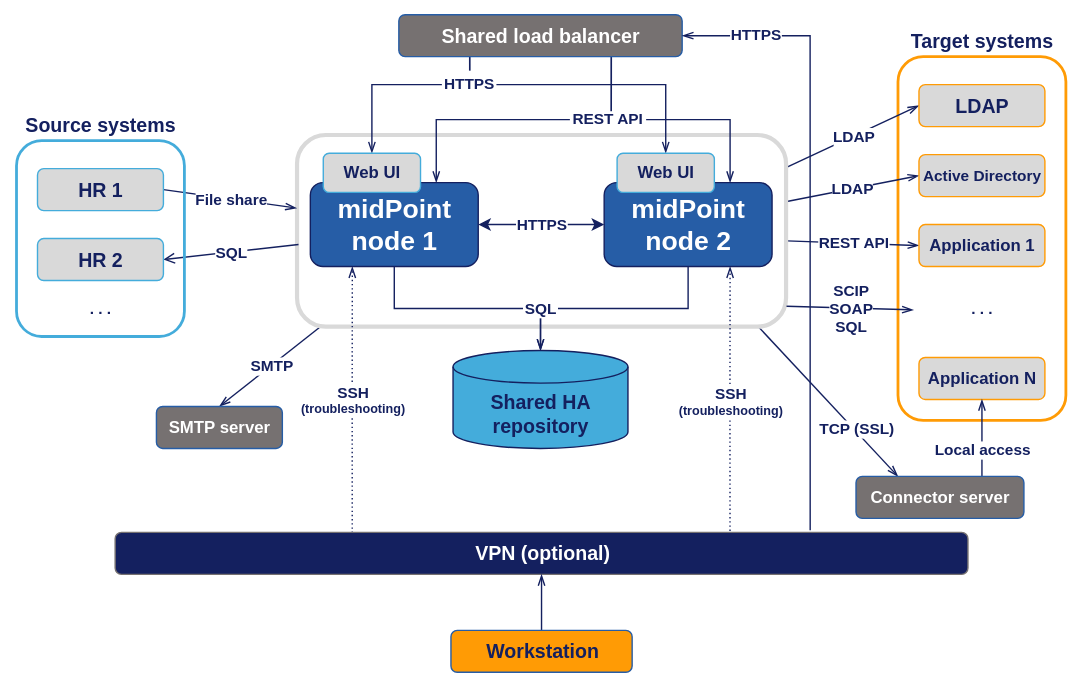
The draw.io diagram midpoint/install/system-requirements/midpoint-environment-schema-HA-two-nodes.svg in Evolveum/docs, before a commit. Source tidied: cells renumbered, new cells last; positions are measured from the earlier drawing's top-left corner, leaving out a move shared by most shapes.
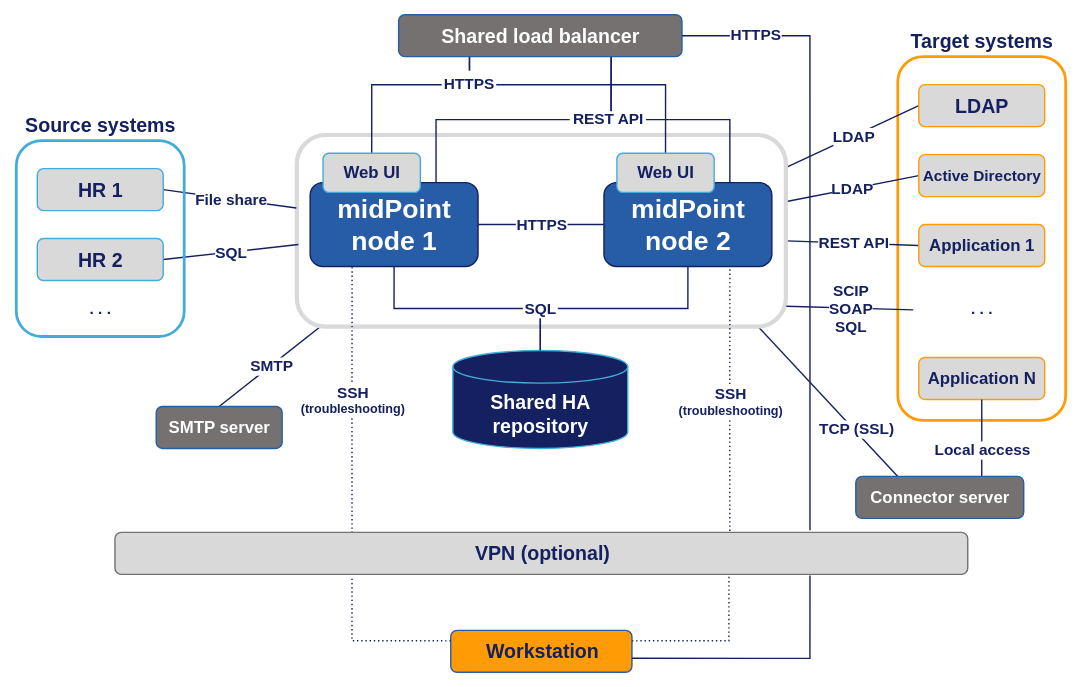
The same file after the commit.

Commit message:
Update diagrams based on review discussion

- get rid of arrows because the communication is in fact always bidirectional
- change colors a bit to make VPN less prominent

Change to the diagram source:
```diff
@@ -5,19 +5,19 @@
     <mxCell id="2" value="Target systems" style="rounded=1;whiteSpace=wrap;html=1;fillColor=none;fontSize=14;fontStyle=1;fontColor=#14205F;strokeColor=#FF9B05;strokeWidth=2;labelPosition=center;verticalLabelPosition=top;align=center;verticalAlign=bottom;" parent="1" vertex="1">
       <mxGeometry x="630" y="30" width="120" height="260" as="geometry" />
     </mxCell>
-    <mxCell id="3" value="&lt;div&gt;TCP (SSL)&lt;/div&gt;" style="rounded=0;html=1;exitX=0.943;exitY=0.999;exitDx=0;exitDy=0;entryX=0.25;entryY=0;entryDx=0;entryDy=0;endArrow=openThin;strokeColor=#14205F;fontColor=#14205F;fontStyle=1;exitPerimeter=0;" parent="1" edge="1" source="8" target="33">
+    <mxCell id="3" value="&lt;div&gt;TCP (SSL)&lt;/div&gt;" style="rounded=0;html=1;exitX=0.943;exitY=0.999;exitDx=0;exitDy=0;entryX=0.25;entryY=0;entryDx=0;entryDy=0;endArrow=none;strokeColor=#14205F;fontColor=#14205F;fontStyle=1;exitPerimeter=0;endFill=0;" parent="1" edge="1" source="8" target="33">
       <mxGeometry x="0.39" y="1" relative="1" as="geometry" />
     </mxCell>
-    <mxCell id="4" value="SMTP" style="rounded=0;html=1;exitX=0.051;exitY=0.994;exitDx=0;exitDy=0;entryX=0.5;entryY=0;entryDx=0;entryDy=0;endArrow=openThin;exitPerimeter=0;strokeColor=#14205F;fontColor=#14205F;fontStyle=1;" parent="1" edge="1" source="8" target="31">
+    <mxCell id="4" value="SMTP" style="rounded=0;html=1;exitX=0.051;exitY=0.994;exitDx=0;exitDy=0;entryX=0.5;entryY=0;entryDx=0;entryDy=0;endArrow=none;exitPerimeter=0;strokeColor=#14205F;fontColor=#14205F;fontStyle=1;startArrow=none;startFill=0;endFill=0;" parent="1" edge="1" source="8" target="31">
       <mxGeometry relative="1" as="geometry" />
     </mxCell>
-    <mxCell id="5" value="LDAP" style="rounded=0;html=1;exitX=1.002;exitY=0.168;exitDx=0;exitDy=0;entryX=0;entryY=0.5;entryDx=0;entryDy=0;endArrow=openThin;strokeColor=#14205F;fontStyle=1;fontColor=#14205F;exitPerimeter=0;" parent="1" edge="1" source="8" target="26">
+    <mxCell id="5" value="LDAP" style="rounded=0;html=1;exitX=1.002;exitY=0.168;exitDx=0;exitDy=0;entryX=0;entryY=0.5;entryDx=0;entryDy=0;endArrow=none;strokeColor=#14205F;fontStyle=1;fontColor=#14205F;exitPerimeter=0;endFill=0;" parent="1" edge="1" source="8" target="26">
       <mxGeometry relative="1" as="geometry" />
     </mxCell>
-    <mxCell id="6" value="LDAP" style="rounded=0;html=1;exitX=0.999;exitY=0.348;exitDx=0;exitDy=0;entryX=0;entryY=0.5;entryDx=0;entryDy=0;endArrow=openThin;strokeColor=#14205F;fontStyle=1;fontColor=#14205F;exitPerimeter=0;" parent="1" edge="1" source="8" target="27">
+    <mxCell id="6" value="LDAP" style="rounded=0;html=1;exitX=0.999;exitY=0.348;exitDx=0;exitDy=0;entryX=0;entryY=0.5;entryDx=0;entryDy=0;endArrow=none;strokeColor=#14205F;fontStyle=1;fontColor=#14205F;exitPerimeter=0;endFill=0;" parent="1" edge="1" source="8" target="27">
       <mxGeometry relative="1" as="geometry" />
     </mxCell>
-    <mxCell id="7" value="REST API" style="rounded=0;html=1;exitX=1.002;exitY=0.552;exitDx=0;exitDy=0;entryX=0;entryY=0.5;entryDx=0;entryDy=0;endArrow=openThin;strokeColor=#14205F;fontStyle=1;fontColor=#14205F;exitPerimeter=0;" parent="1" edge="1" source="8" target="28">
+    <mxCell id="7" value="REST API" style="rounded=0;html=1;exitX=1.002;exitY=0.552;exitDx=0;exitDy=0;entryX=0;entryY=0.5;entryDx=0;entryDy=0;endArrow=none;strokeColor=#14205F;fontStyle=1;fontColor=#14205F;exitPerimeter=0;endFill=0;" parent="1" edge="1" source="8" target="28">
       <mxGeometry relative="1" as="geometry" />
     </mxCell>
     <mxCell id="8" style="rounded=1;whiteSpace=wrap;html=1;fillColor=none;strokeWidth=3;strokeColor=#D9D9D9;" parent="1" vertex="1">
@@ -26,22 +26,22 @@
     <mxCell id="9" value="&lt;div&gt;midPoint&lt;/div&gt;&lt;div&gt;node 1&lt;br&gt;&lt;/div&gt;" style="rounded=1;whiteSpace=wrap;html=1;fillColor=light-dark(#265DA6,#265DA6);fontSize=19;fontStyle=1;fontColor=#FFFFFF;strokeColor=#14205F;" parent="1" vertex="1">
       <mxGeometry x="210" y="120" width="120" height="60" as="geometry" />
     </mxCell>
-    <mxCell id="10" style="edgeStyle=orthogonalEdgeStyle;curved=0;rounded=0;html=1;exitX=0.5;exitY=1;exitDx=0;exitDy=0;endArrow=openThin;entryX=0.5;entryY=0;entryDx=0;entryDy=0;entryPerimeter=0;strokeColor=#14205F;" parent="1" edge="1" source="11" target="13">
+    <mxCell id="10" style="edgeStyle=orthogonalEdgeStyle;curved=0;rounded=0;html=1;exitX=0.5;exitY=1;exitDx=0;exitDy=0;endArrow=none;entryX=0.5;entryY=0;entryDx=0;entryDy=0;entryPerimeter=0;strokeColor=#14205F;startArrow=none;startFill=0;endFill=0;" parent="1" edge="1" source="11" target="13">
       <mxGeometry relative="1" as="geometry" />
     </mxCell>
     <mxCell id="11" value="&lt;div&gt;midPoint&lt;/div&gt;&lt;div&gt;node 2&lt;br&gt;&lt;/div&gt;" style="rounded=1;whiteSpace=wrap;html=1;fillColor=light-dark(#265DA6,#265DA6);fontSize=19;fontStyle=1;fontColor=#FFFFFF;strokeColor=#14205F;" parent="1" vertex="1">
       <mxGeometry x="420" y="120" width="120" height="60" as="geometry" />
     </mxCell>
-    <mxCell id="12" value="HTTPS" style="endArrow=classic;startArrow=classic;html=1;rounded=0;curved=0;exitX=1;exitY=0.5;exitDx=0;exitDy=0;entryX=0;entryY=0.5;entryDx=0;entryDy=0;fontStyle=1;strokeColor=#14205F;fontColor=#14205F;" parent="1" edge="1" source="9" target="11">
+    <mxCell id="12" value="HTTPS" style="endArrow=none;startArrow=none;html=1;rounded=0;curved=0;exitX=1;exitY=0.5;exitDx=0;exitDy=0;entryX=0;entryY=0.5;entryDx=0;entryDy=0;fontStyle=1;strokeColor=#14205F;fontColor=#14205F;startFill=0;endFill=0;" parent="1" edge="1" source="9" target="11">
       <mxGeometry relative="1" as="geometry" />
     </mxCell>
-    <mxCell id="13" value="&lt;div&gt;Shared HA repository&lt;br&gt;&lt;/div&gt;" style="strokeWidth=1;html=1;shape=mxgraph.flowchart.database;whiteSpace=wrap;fillColor=#44ACDB;fontStyle=1;spacingBottom=-20;strokeColor=#14205F;fontColor=#14205F;fontSize=14;" parent="1" vertex="1">
+    <mxCell id="13" value="&lt;div&gt;Shared HA repository&lt;br&gt;&lt;/div&gt;" style="strokeWidth=1;html=1;shape=mxgraph.flowchart.database;whiteSpace=wrap;fillColor=#14205F;fontStyle=1;spacingBottom=-20;strokeColor=#44ACDB;fontColor=#FFFFFF;fontSize=14;" parent="1" vertex="1">
       <mxGeometry x="312" y="240" width="125" height="70" as="geometry" />
     </mxCell>
-    <mxCell id="14" style="edgeStyle=orthogonalEdgeStyle;curved=0;rounded=0;html=1;exitX=0.5;exitY=1;exitDx=0;exitDy=0;entryX=0.5;entryY=0;entryDx=0;entryDy=0;entryPerimeter=0;endArrow=openThin;strokeColor=#14205F;" parent="1" edge="1" source="9" target="13">
+    <mxCell id="14" style="edgeStyle=orthogonalEdgeStyle;curved=0;rounded=0;html=1;exitX=0.5;exitY=1;exitDx=0;exitDy=0;entryX=0.5;entryY=0;entryDx=0;entryDy=0;entryPerimeter=0;endArrow=none;strokeColor=#14205F;startArrow=none;startFill=0;endFill=0;" parent="1" edge="1" source="9" target="13">
       <mxGeometry relative="1" as="geometry" />
     </mxCell>
-    <mxCell id="15" style="edgeStyle=orthogonalEdgeStyle;curved=0;rounded=0;html=1;exitX=0.25;exitY=1;exitDx=0;exitDy=0;entryX=0.5;entryY=0;entryDx=0;entryDy=0;endArrow=openThin;strokeColor=#14205F;" parent="1" edge="1" source="19" target="38">
+    <mxCell id="15" style="edgeStyle=orthogonalEdgeStyle;curved=0;rounded=0;html=1;exitX=0.25;exitY=1;exitDx=0;exitDy=0;entryX=0.5;entryY=0;entryDx=0;entryDy=0;endArrow=none;strokeColor=#14205F;startArrow=none;startFill=0;endFill=0;" parent="1" edge="1" source="19" target="38">
       <mxGeometry relative="1" as="geometry">
         <Array as="points">
           <mxPoint x="324" y="50" />
@@ -49,7 +49,7 @@
         </Array>
       </mxGeometry>
     </mxCell>
-    <mxCell id="16" style="edgeStyle=orthogonalEdgeStyle;curved=0;rounded=0;html=1;exitX=0.25;exitY=1;exitDx=0;exitDy=0;entryX=0.5;entryY=0;entryDx=0;entryDy=0;endArrow=openThin;strokeColor=#14205F;" parent="1" edge="1" source="19" target="44">
+    <mxCell id="16" style="edgeStyle=orthogonalEdgeStyle;curved=0;rounded=0;html=1;exitX=0.25;exitY=1;exitDx=0;exitDy=0;entryX=0.5;entryY=0;entryDx=0;entryDy=0;endArrow=none;strokeColor=#14205F;startArrow=none;startFill=0;endFill=0;" parent="1" edge="1" source="19" target="44">
       <mxGeometry relative="1" as="geometry">
         <Array as="points">
           <mxPoint x="324" y="50" />
@@ -57,31 +57,31 @@
         </Array>
       </mxGeometry>
     </mxCell>
-    <mxCell id="17" style="edgeStyle=orthogonalEdgeStyle;curved=0;rounded=0;html=1;exitX=0.75;exitY=1;exitDx=0;exitDy=0;entryX=0.75;entryY=0;entryDx=0;entryDy=0;endArrow=openThin;strokeColor=#14205F;" parent="1" edge="1" source="19" target="11">
+    <mxCell id="17" style="edgeStyle=orthogonalEdgeStyle;curved=0;rounded=0;html=1;exitX=0.75;exitY=1;exitDx=0;exitDy=0;entryX=0.75;entryY=0;entryDx=0;entryDy=0;endArrow=none;strokeColor=#14205F;startArrow=none;startFill=0;endFill=0;" parent="1" edge="1" source="19" target="11">
       <mxGeometry relative="1" as="geometry" />
     </mxCell>
-    <mxCell id="18" style="edgeStyle=orthogonalEdgeStyle;curved=0;rounded=0;html=1;exitX=0.75;exitY=1;exitDx=0;exitDy=0;entryX=0.75;entryY=0;entryDx=0;entryDy=0;endArrow=openThin;strokeColor=#14205F;" parent="1" edge="1" source="19" target="9">
+    <mxCell id="18" style="edgeStyle=orthogonalEdgeStyle;curved=0;rounded=0;html=1;exitX=0.75;exitY=1;exitDx=0;exitDy=0;entryX=0.75;entryY=0;entryDx=0;entryDy=0;endArrow=none;strokeColor=#14205F;startArrow=none;startFill=0;endFill=0;" parent="1" edge="1" source="19" target="9">
       <mxGeometry relative="1" as="geometry" />
     </mxCell>
     <mxCell id="19" value="Shared load balancer" style="rounded=1;whiteSpace=wrap;html=1;fillColor=light-dark(#767171,#265DA6);fontSize=14;fontStyle=1;fontColor=#FFFFFF;strokeColor=#265DA6;strokeWidth=1;" parent="1" vertex="1">
       <mxGeometry x="273.2" width="202.5" height="30" as="geometry" />
     </mxCell>
-    <mxCell id="20" value="&lt;div&gt;&lt;font style=&quot;font-size: 11px;&quot;&gt;SSH&lt;/font&gt;&lt;/div&gt;&lt;div&gt;(troubleshooting)&lt;/div&gt;" style="edgeStyle=orthogonalEdgeStyle;curved=0;rounded=0;html=1;exitX=0.721;exitY=0.067;exitDx=0;exitDy=0;entryX=0.75;entryY=1;entryDx=0;entryDy=0;endArrow=openThin;exitPerimeter=0;strokeColor=#14205F;fontStyle=1;fontColor=#14205F;dashed=1;dashPattern=1 2;fontSize=9;" parent="1" edge="1" source="23" target="11">
+    <mxCell id="20" value="&lt;div&gt;&lt;font style=&quot;font-size: 11px;&quot;&gt;SSH&lt;/font&gt;&lt;/div&gt;&lt;div&gt;(troubleshooting)&lt;/div&gt;" style="edgeStyle=orthogonalEdgeStyle;curved=0;rounded=0;html=1;exitX=0.721;exitY=0.067;exitDx=0;exitDy=0;entryX=0.75;entryY=1;entryDx=0;entryDy=0;endArrow=none;exitPerimeter=0;strokeColor=#14205F;fontStyle=1;fontColor=#14205F;dashed=1;dashPattern=1 2;fontSize=9;startArrow=none;startFill=0;endFill=0;" parent="1" edge="1" source="23" target="11">
       <mxGeometry relative="1" as="geometry" />
     </mxCell>
-    <mxCell id="21" value="HTTPS" style="edgeStyle=orthogonalEdgeStyle;curved=0;rounded=0;html=1;exitX=0.815;exitY=-0.051;exitDx=0;exitDy=0;entryX=1;entryY=0.5;entryDx=0;entryDy=0;endArrow=openThin;exitPerimeter=0;strokeColor=#14205F;fontStyle=1;fontColor=#14205F;" parent="1" edge="1" source="23" target="19">
+    <mxCell id="21" value="HTTPS" style="edgeStyle=orthogonalEdgeStyle;curved=0;rounded=0;html=1;exitX=0.815;exitY=-0.051;exitDx=0;exitDy=0;entryX=1;entryY=0.5;entryDx=0;entryDy=0;endArrow=none;exitPerimeter=0;strokeColor=#14205F;fontStyle=1;fontColor=#14205F;startArrow=none;startFill=0;endFill=0;" parent="1" edge="1" source="23" target="19">
       <mxGeometry x="0.76" y="-1" relative="1" as="geometry" />
     </mxCell>
-    <mxCell id="22" value="&lt;div&gt;&lt;font style=&quot;font-size: 11px;&quot;&gt;SSH&lt;/font&gt;&lt;/div&gt;&lt;div&gt;(troubleshooting)&lt;/div&gt;" style="edgeStyle=orthogonalEdgeStyle;curved=0;rounded=0;html=1;exitX=0.278;exitY=0.015;exitDx=0;exitDy=0;entryX=0.25;entryY=1;entryDx=0;entryDy=0;endArrow=openThin;exitPerimeter=0;strokeColor=#14205F;fontStyle=1;fontColor=#14205F;dashed=1;dashPattern=1 2;fontSize=9;" parent="1" edge="1" source="23" target="9">
+    <mxCell id="22" value="&lt;div&gt;&lt;font style=&quot;font-size: 11px;&quot;&gt;SSH&lt;/font&gt;&lt;/div&gt;&lt;div&gt;(troubleshooting)&lt;/div&gt;" style="edgeStyle=orthogonalEdgeStyle;curved=0;rounded=0;html=1;exitX=0.278;exitY=0.015;exitDx=0;exitDy=0;entryX=0.25;entryY=1;entryDx=0;entryDy=0;endArrow=none;exitPerimeter=0;strokeColor=#14205F;fontStyle=1;fontColor=#14205F;dashed=1;dashPattern=1 2;fontSize=9;startArrow=none;startFill=0;endFill=0;" parent="1" edge="1" source="23" target="9">
       <mxGeometry relative="1" as="geometry" />
     </mxCell>
-    <mxCell id="23" value="VPN (optional)" style="rounded=1;whiteSpace=wrap;html=1;fillColor=light-dark(#14205F,#265DA6);fontSize=14;fontStyle=1;fontColor=#FFFFFF;strokeColor=#767171;" parent="1" vertex="1">
+    <mxCell id="23" value="VPN (optional)" style="rounded=1;whiteSpace=wrap;html=1;fillColor=light-dark(#D9D9D9,#265DA6);fontSize=14;fontStyle=1;fontColor=#14205F;strokeColor=#767171;" parent="1" vertex="1">
       <mxGeometry x="70.5" y="370" width="609.5" height="30" as="geometry" />
     </mxCell>
-    <mxCell id="24" value="File share" style="rounded=0;html=1;exitX=1;exitY=0.5;exitDx=0;exitDy=0;entryX=-0.001;entryY=0.381;entryDx=0;entryDy=0;endArrow=openThin;strokeColor=#14205F;fontStyle=1;fontColor=#14205F;entryPerimeter=0;" parent="1" edge="1" source="39" target="8">
+    <mxCell id="24" value="File share" style="rounded=0;html=1;exitX=1;exitY=0.5;exitDx=0;exitDy=0;entryX=-0.001;entryY=0.381;entryDx=0;entryDy=0;endArrow=none;strokeColor=#14205F;fontStyle=1;fontColor=#14205F;entryPerimeter=0;startArrow=none;startFill=0;endFill=0;" parent="1" edge="1" source="39" target="8">
       <mxGeometry relative="1" as="geometry" />
     </mxCell>
-    <mxCell id="25" value="SQL" style="rounded=0;html=1;exitX=1;exitY=0.5;exitDx=0;exitDy=0;entryX=0.003;entryY=0.571;entryDx=0;entryDy=0;entryPerimeter=0;endArrow=none;startArrow=open;startFill=0;strokeColor=#14205F;fontStyle=1;fontColor=#14205F;endFill=0;" parent="1" edge="1" source="40" target="8">
+    <mxCell id="25" value="SQL" style="rounded=0;html=1;exitX=1;exitY=0.5;exitDx=0;exitDy=0;entryX=0.003;entryY=0.571;entryDx=0;entryDy=0;entryPerimeter=0;endArrow=none;startArrow=none;startFill=0;strokeColor=#14205F;fontStyle=1;fontColor=#14205F;endFill=0;" parent="1" edge="1" source="40" target="8">
       <mxGeometry relative="1" as="geometry" />
     </mxCell>
     <mxCell id="26" value="LDAP" style="rounded=1;whiteSpace=wrap;html=1;fillColor=light-dark(#D9D9D9,#265DA6);fontSize=14;fontStyle=1;fontColor=#14205F;strokeColor=#FF9B05;strokeWidth=1;" parent="1" vertex="1">
@@ -102,20 +102,17 @@
     <mxCell id="31" value="SMTP server" style="rounded=1;whiteSpace=wrap;html=1;fillColor=light-dark(#767171,#265DA6);fontSize=12;fontStyle=1;fontColor=#FFFFFF;strokeColor=#265DA6;strokeWidth=1;" parent="1" vertex="1">
       <mxGeometry x="100" y="280" width="90" height="30" as="geometry" />
     </mxCell>
-    <mxCell id="32" value="Local access" style="rounded=0;html=1;exitX=0.75;exitY=0;exitDx=0;exitDy=0;entryX=0.5;entryY=1;entryDx=0;entryDy=0;endArrow=openThin;strokeColor=#14205F;fontColor=#14205F;fontStyle=1;" parent="1" edge="1" source="33" target="30">
+    <mxCell id="32" value="Local access" style="rounded=0;html=1;exitX=0.75;exitY=0;exitDx=0;exitDy=0;entryX=0.5;entryY=1;entryDx=0;entryDy=0;endArrow=none;strokeColor=#14205F;fontColor=#14205F;fontStyle=1;endFill=0;" parent="1" edge="1" source="33" target="30">
       <mxGeometry x="-0.33" relative="1" as="geometry" />
     </mxCell>
     <mxCell id="33" value="Connector server" style="rounded=1;whiteSpace=wrap;html=1;fillColor=light-dark(#767171,#265DA6);fontSize=12;fontStyle=1;fontColor=#FFFFFF;strokeColor=#265DA6;strokeWidth=1;" parent="1" vertex="1">
       <mxGeometry x="600" y="330" width="120" height="30" as="geometry" />
     </mxCell>
-    <mxCell id="34" value="&lt;div&gt;SCIP&lt;/div&gt;&lt;div&gt;SOAP&lt;/div&gt;&lt;div&gt;SQL&lt;br&gt;&lt;/div&gt;" style="rounded=0;html=1;exitX=1.001;exitY=0.893;exitDx=0;exitDy=0;endArrow=openThin;strokeColor=#14205F;fontStyle=1;fontColor=#14205F;exitPerimeter=0;" parent="1" edge="1" source="8">
+    <mxCell id="34" value="&lt;div&gt;SCIP&lt;/div&gt;&lt;div&gt;SOAP&lt;/div&gt;&lt;div&gt;SQL&lt;br&gt;&lt;/div&gt;" style="rounded=0;html=1;exitX=1.001;exitY=0.893;exitDx=0;exitDy=0;endArrow=none;strokeColor=#14205F;fontStyle=1;fontColor=#14205F;exitPerimeter=0;endFill=0;" parent="1" edge="1" source="8">
       <mxGeometry relative="1" as="geometry">
         <mxPoint x="641" y="211" as="targetPoint" />
       </mxGeometry>
     </mxCell>
-    <mxCell id="35" style="edgeStyle=orthogonalEdgeStyle;curved=0;rounded=0;html=1;entryX=0.5;entryY=1;entryDx=0;entryDy=0;endArrow=openThin;strokeColor=#14205F;" parent="1" edge="1" source="36" target="23">
-      <mxGeometry relative="1" as="geometry" />
-    </mxCell>
     <mxCell id="36" value="Workstation" style="rounded=1;whiteSpace=wrap;html=1;fillColor=light-dark(#FF9B05,#265DA6);fontSize=14;fontStyle=1;fontColor=#14205F;strokeColor=#265DA6;strokeWidth=1;" parent="1" vertex="1">
       <mxGeometry x="310.5" y="440" width="129.5" height="30" as="geometry" />
     </mxCell>
@@ -155,5 +152,23 @@
     <mxCell id="48" value="REST API" style="text;html=1;align=center;verticalAlign=middle;whiteSpace=wrap;rounded=0;fontSize=11;fontStyle=1;fontColor=#14205F;" parent="1" vertex="1">
       <mxGeometry x="393" y="68" width="59.5" height="11" as="geometry" />
     </mxCell>
+    <mxCell id="49" style="edgeStyle=orthogonalEdgeStyle;rounded=0;jettySize=auto;html=1;entryX=0.815;entryY=1.028;entryDx=0;entryDy=0;entryPerimeter=0;endArrow=none;endFill=0;strokeColor=#14205F;" parent="1" edge="1" target="23">
+      <mxGeometry relative="1" as="geometry">
+        <mxPoint x="440" y="460" as="sourcePoint" />
+        <Array as="points">
+          <mxPoint x="567" y="460" />
+        </Array>
+      </mxGeometry>
+    </mxCell>
+    <mxCell id="50" style="rounded=0;jettySize=auto;html=1;exitX=1;exitY=0.25;exitDx=0;exitDy=0;elbow=vertical;edgeStyle=orthogonalEdgeStyle;endArrow=none;endFill=0;entryX=0.72;entryY=1.024;entryDx=0;entryDy=0;entryPerimeter=0;dashed=1;dashPattern=1 2;strokeColor=#14205F;" parent="1" edge="1" source="36" target="23">
+      <mxGeometry relative="1" as="geometry">
+        <Array as="points">
+          <mxPoint x="509" y="447" />
+        </Array>
+      </mxGeometry>
+    </mxCell>
+    <mxCell id="51" style="edgeStyle=orthogonalEdgeStyle;rounded=0;jettySize=auto;html=1;exitX=0;exitY=0.25;exitDx=0;exitDy=0;entryX=0.278;entryY=1.039;entryDx=0;entryDy=0;entryPerimeter=0;endArrow=none;endFill=0;dashed=1;dashPattern=1 2;strokeColor=#14205F;" parent="1" edge="1" source="36" target="23">
+      <mxGeometry relative="1" as="geometry" />
+    </mxCell>
   </root>
 </mxGraphModel>
```
